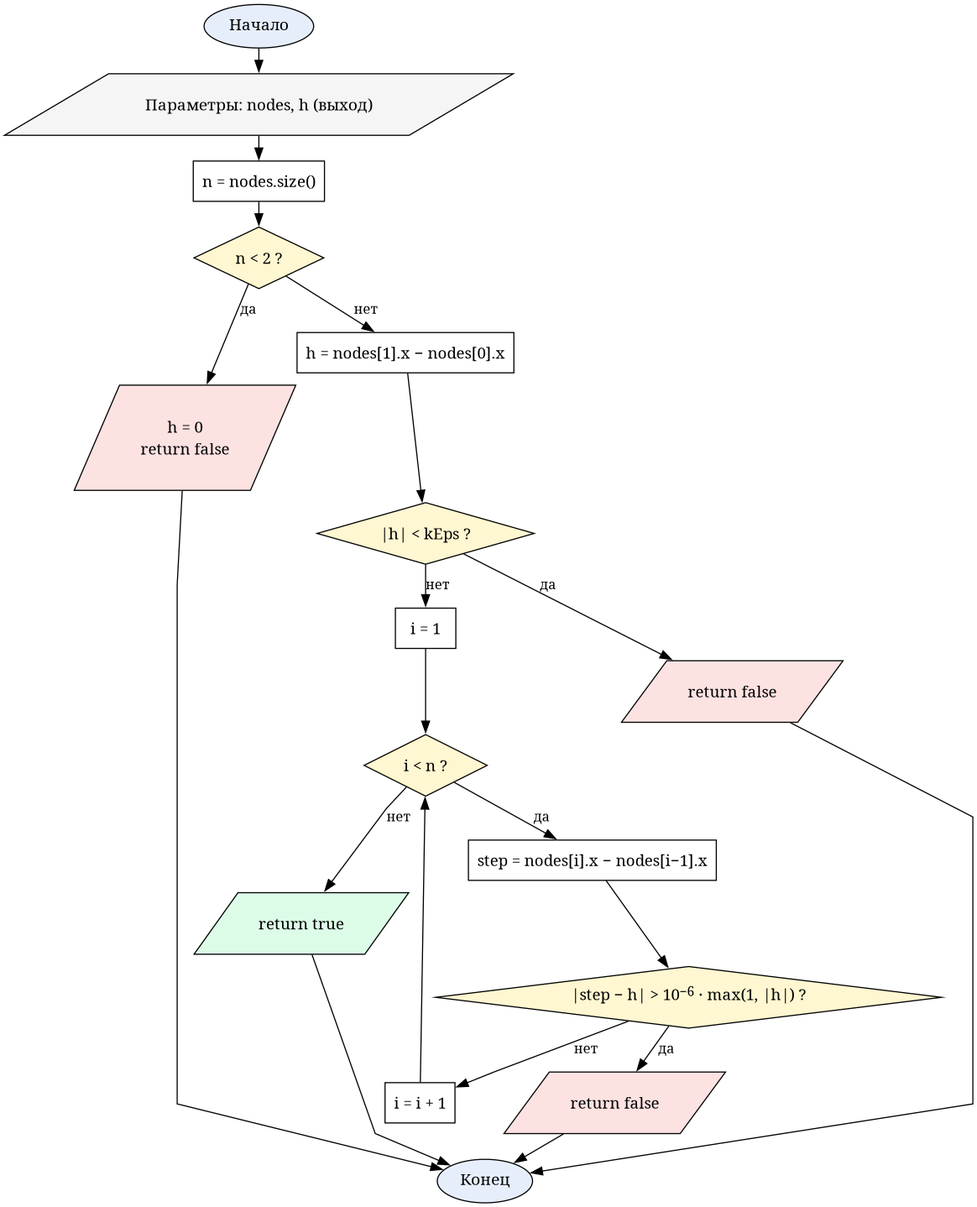
Oriptal/calc-math-lab2 keeps this Graphviz diagram as reports/resources/flowcharts/lab5_is_equidistant.png. Above is the earlier version. Its source is kept beside it as reports/resources/flowcharts/lab5_is_equidistant.dot.
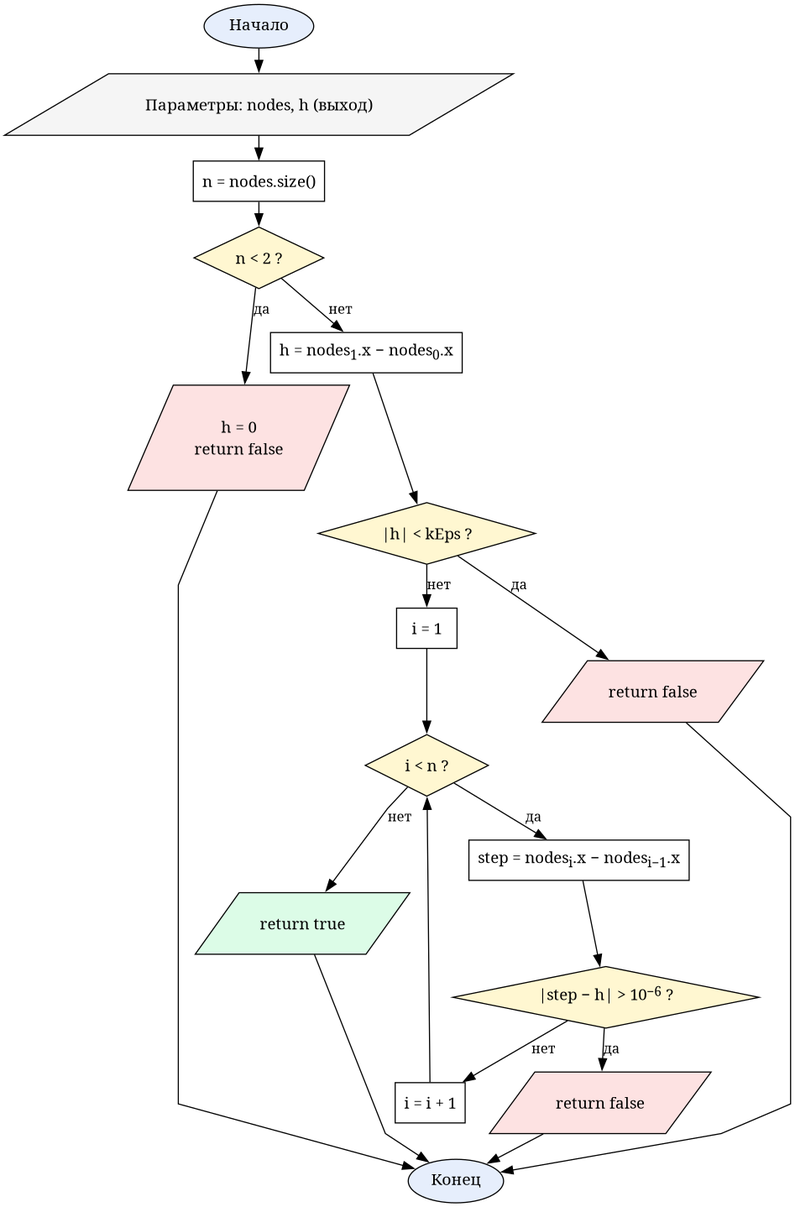
The same file after the commit.

Change to the diagram source:
```diff
@@ -8,13 +8,13 @@
   setn   [label=<n = nodes.size()>, shape=box]
   chkn   [label=<n &lt; 2 ?>, shape=diamond, fillcolor="#fff7d1"]
   ret0   [label=<h = 0<BR/>return false>, shape=parallelogram, fillcolor="#fde2e2"]
-  seth   [label=<h = nodes[1].x − nodes[0].x>, shape=box]
+  seth   [label=<h = nodes<SUB>1</SUB>.x − nodes<SUB>0</SUB>.x>, shape=box]
   chkh   [label=<|h| &lt; kEps ?>, shape=diamond, fillcolor="#fff7d1"]
   retf1  [label=<return false>, shape=parallelogram, fillcolor="#fde2e2"]
   si     [label=<i = 1>, shape=box]
   chk    [label=<i &lt; n ?>, shape=diamond, fillcolor="#fff7d1"]
-  step   [label=<step = nodes[i].x − nodes[i−1].x>, shape=box]
-  cmp    [label=<|step − h| &gt; 10<SUP>−6</SUP> · max(1, |h|) ?>, shape=diamond, fillcolor="#fff7d1"]
+  step   [label=<step = nodes<SUB>i</SUB>.x − nodes<SUB>i−1</SUB>.x>, shape=box]
+  cmp    [label=<|step − h| &gt; 10<SUP>−6</SUP> ?>, shape=diamond, fillcolor="#fff7d1"]
   retf2  [label=<return false>, shape=parallelogram, fillcolor="#fde2e2"]
   nexti  [label=<i = i + 1>, shape=box]
   rett   [label=<return true>, shape=parallelogram, fillcolor="#dcfce7"]
```
